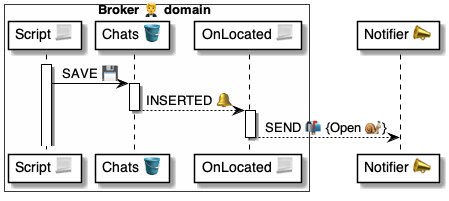
pollyweb-org/pollyweb-docs keeps this PlantUML diagram as 4 ⚙️ Solution/20 🧑‍🦰 UI/Brokers 🤵/🤵🪣 Broker tables/Chats 💬 table/🪣🔔 OnLocated/🤵 OnChatLocated ⚙️ uml.png. Above is the earlier version. Its source is kept beside it as 4 ⚙️ Solution/20 🧑‍🦰 UI/Brokers 🤵/🤵🪣 Broker tables/Chats 💬 table/🪣🔔 OnLocated/🤵 OnChatLocated ⚙️ uml.puml.
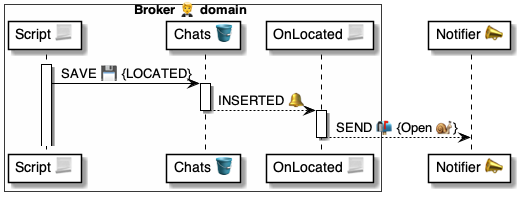
Later version of the same file.

Change to the diagram source:
```diff
@@ -12,7 +12,7 @@
 
 
 activate script
-    script -> table: SAVE 💾
+    script -> table: SAVE 💾 {LOCATED}
 
 
 activate table
```
